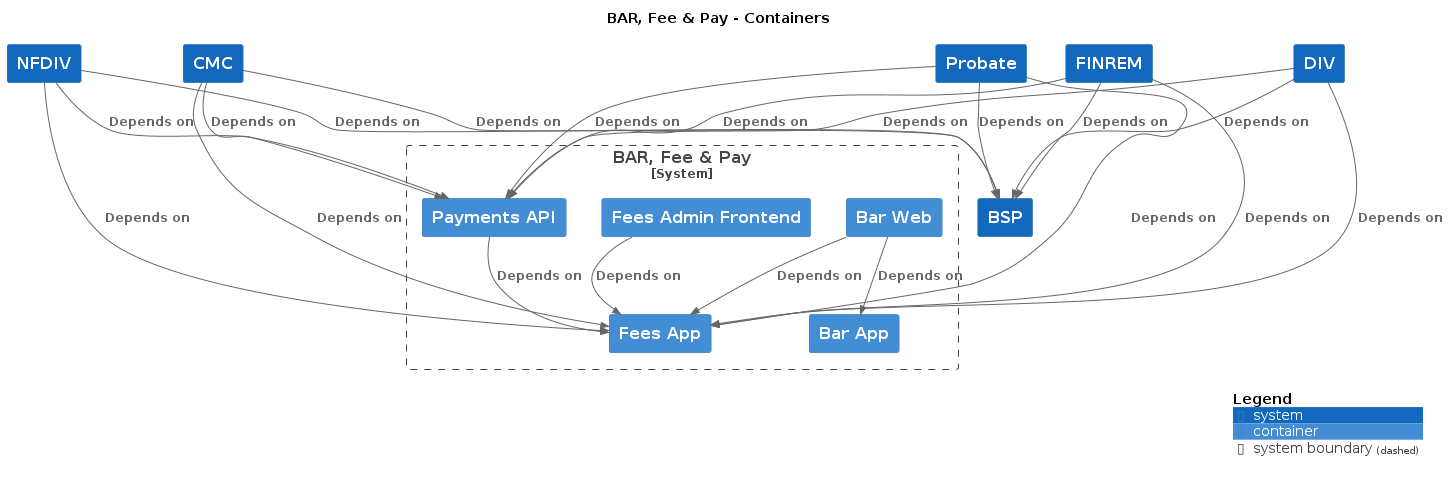
Above: docs/c4/bar_fee__pay/images/structurizr-bar_fee__pay-overview.png in hmcts/cnp-api-docs (PlantUML), before the change. The source it was exported from:
```plantuml
@startuml
title BAR, Fee & Pay - Containers

top to bottom direction

!include https://raw.githubusercontent.com/plantuml-stdlib/C4-PlantUML/master/C4.puml
!include https://raw.githubusercontent.com/plantuml-stdlib/C4-PlantUML/master/C4_Context.puml
!include https://raw.githubusercontent.com/plantuml-stdlib/C4-PlantUML/master/C4_Container.puml

System(BSP, "BSP", "", $tags="")
System(CMC, "CMC", "", $tags="")
System(NFDIV, "NFDIV", "", $tags="")
System(FINREM, "FINREM", "", $tags="")
System(DIV, "DIV", "", $tags="")
System(Probate, "Probate", "", $tags="")

System_Boundary("BARFeePay_boundary", "BAR, Fee & Pay") {
  Container(BARFeePay.BarWeb, "Bar Web", "", $tags="")
  Container(BARFeePay.BarApp, "Bar App", "", $tags="")
  Container(BARFeePay.FeesAdminFrontend, "Fees Admin Frontend", "", $tags="")
  Container(BARFeePay.FeesApp, "Fees App", "", $tags="")
  Container(BARFeePay.PaymentsAPI, "Payments API", "", $tags="")
}

Rel_D(BARFeePay.BarWeb, BARFeePay.BarApp, "Depends on", $tags="")
Rel_D(BARFeePay.BarWeb, BARFeePay.FeesApp, "Depends on", $tags="")
Rel_D(BARFeePay.FeesAdminFrontend, BARFeePay.FeesApp, "Depends on", $tags="")
Rel_D(BARFeePay.PaymentsAPI, BARFeePay.FeesApp, "Depends on", $tags="")
Rel_D(CMC, BARFeePay.PaymentsAPI, "Depends on", $tags="")
Rel_D(CMC, BARFeePay.FeesApp, "Depends on", $tags="")
Rel_D(CMC, BSP, "Depends on", $tags="")
Rel_D(DIV, BARFeePay.FeesApp, "Depends on", $tags="")
Rel_D(DIV, BARFeePay.PaymentsAPI, "Depends on", $tags="")
Rel_D(DIV, BSP, "Depends on", $tags="")
Rel_D(FINREM, BARFeePay.FeesApp, "Depends on", $tags="")
Rel_D(FINREM, BARFeePay.PaymentsAPI, "Depends on", $tags="")
Rel_D(FINREM, BSP, "Depends on", $tags="")
Rel_D(Probate, BARFeePay.FeesApp, "Depends on", $tags="")
Rel_D(Probate, BARFeePay.PaymentsAPI, "Depends on", $tags="")
Rel_D(Probate, BSP, "Depends on", $tags="")
Rel_D(NFDIV, BARFeePay.FeesApp, "Depends on", $tags="")
Rel_D(NFDIV, BARFeePay.PaymentsAPI, "Depends on", $tags="")
Rel_D(NFDIV, BSP, "Depends on", $tags="")

SHOW_DYNAMIC_LEGEND()
@enduml
```
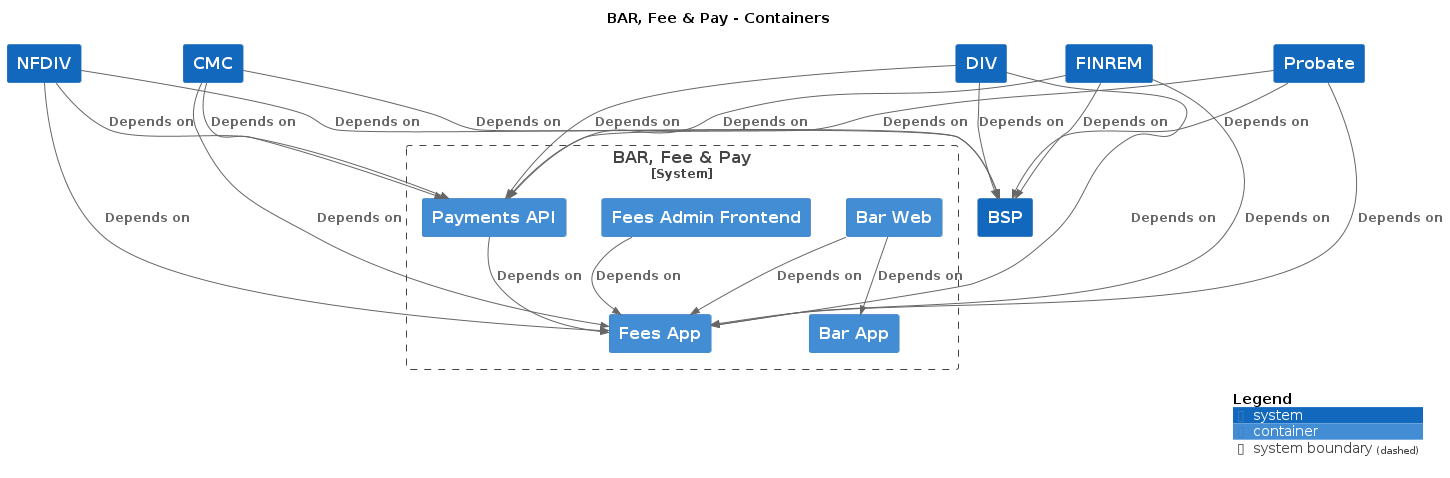
Above is the later version.

What changed in the source:
```diff
@@ -11,8 +11,8 @@
 System(CMC, "CMC", "", $tags="")
 System(NFDIV, "NFDIV", "", $tags="")
 System(FINREM, "FINREM", "", $tags="")
+System(Probate, "Probate", "", $tags="")
 System(DIV, "DIV", "", $tags="")
-System(Probate, "Probate", "", $tags="")
 
 System_Boundary("BARFeePay_boundary", "BAR, Fee & Pay") {
   Container(BARFeePay.BarWeb, "Bar Web", "", $tags="")
```
